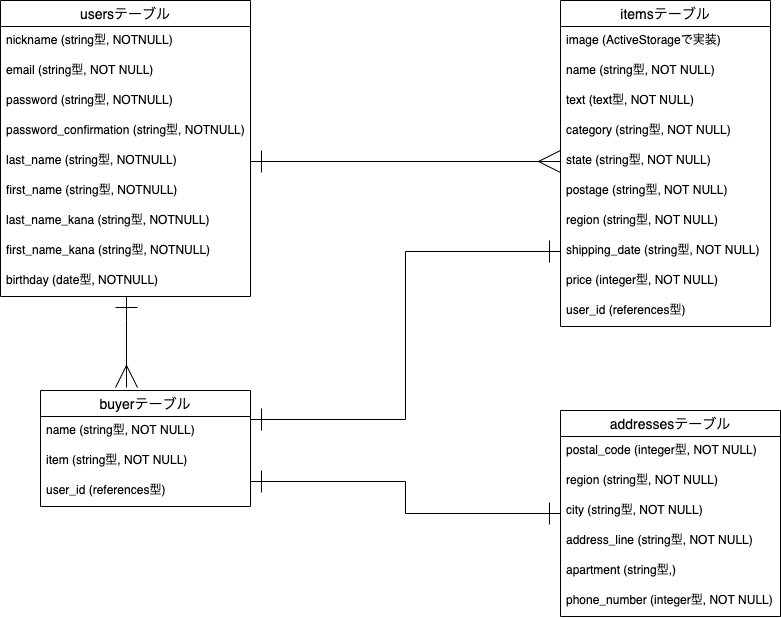
Above: .drawio.png in ginpen1/furima-34780 (draw.io), before the change. Source tidied: cells renumbered, new cells last; positions are measured from the earlier drawing's top-left corner, leaving out a move shared by most shapes.
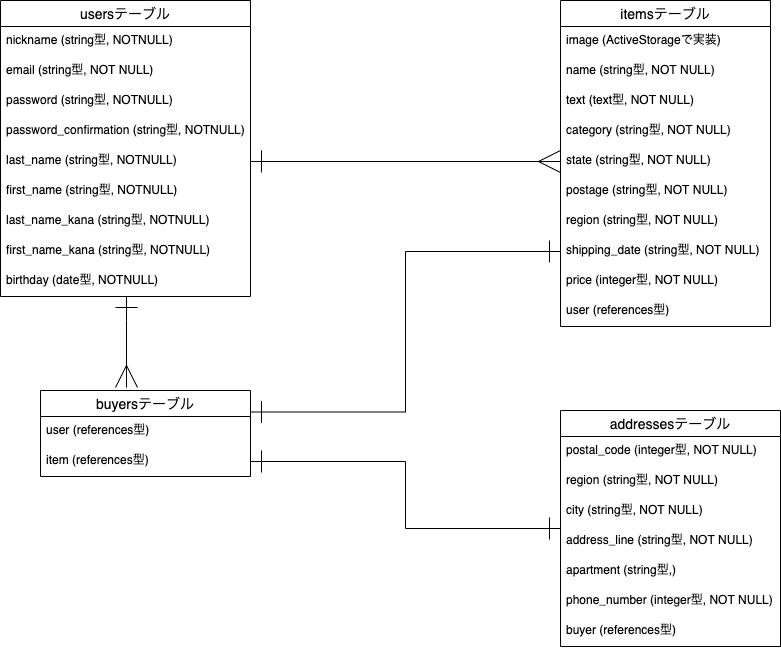
Above is the later version.

What changed in the source:
```diff
@@ -71,28 +71,23 @@
     <mxCell id="22" value="price (integer型, NOT NULL)" style="text;strokeColor=none;fillColor=none;spacingLeft=4;spacingRight=4;overflow=hidden;fontSize=12;" parent="13" vertex="1">
       <mxGeometry y="266" width="210" height="30" as="geometry" />
     </mxCell>
-    <mxCell id="23" value="user_id (references型)" style="text;strokeColor=none;fillColor=none;spacingLeft=4;spacingRight=4;overflow=hidden;fontSize=12;" parent="13" vertex="1">
+    <mxCell id="23" value="user (references型)" style="text;strokeColor=none;fillColor=none;spacingLeft=4;spacingRight=4;overflow=hidden;fontSize=12;" parent="13" vertex="1">
       <mxGeometry y="296" width="210" height="30" as="geometry" />
     </mxCell>
-    <mxCell id="24" value="buyerテーブル" style="swimlane;fontStyle=0;horizontal=1;startSize=26;align=center;fontSize=14;" parent="1" vertex="1">
-      <mxGeometry x="40" y="390" width="210" height="116" as="geometry" />
+    <mxCell id="24" value="buyersテーブル" style="swimlane;fontStyle=0;horizontal=1;startSize=26;align=center;fontSize=14;" parent="1" vertex="1">
+      <mxGeometry x="40" y="390" width="210" height="86" as="geometry" />
     </mxCell>
-    <mxCell id="25" value="name (string型, NOT NULL)" style="text;strokeColor=none;fillColor=none;spacingLeft=4;spacingRight=4;overflow=hidden;fontSize=12;" parent="24" vertex="1">
-      <mxGeometry y="26" width="210" height="30" as="geometry" />
-    </mxCell>
-    <mxCell id="26" value="item (string型, NOT NULL)" style="text;strokeColor=none;fillColor=none;spacingLeft=4;spacingRight=4;overflow=hidden;fontSize=12;" parent="24" vertex="1">
-      <mxGeometry y="56" width="210" height="30" as="geometry" />
-    </mxCell>
+    <mxCell id="38" value="user (references型)" style="text;strokeColor=none;fillColor=none;spacingLeft=4;spacingRight=4;overflow=hidden;fontSize=12;" parent="24" vertex="1">
+      <mxGeometry y="26" width="210" height="30" as="geometry" />
+    </mxCell>
-    <mxCell id="27" value="user_id (references型)" style="text;strokeColor=none;fillColor=none;spacingLeft=4;spacingRight=4;overflow=hidden;points=[[0,0.5],[1,0.5]];portConstraint=eastwest;fontSize=12;" parent="24" vertex="1">
-      <mxGeometry y="86" width="210" height="30" as="geometry" />
+    <mxCell id="27" value="item (references型)" style="text;strokeColor=none;fillColor=none;spacingLeft=4;spacingRight=4;overflow=hidden;points=[[0,0.5],[1,0.5]];portConstraint=eastwest;fontSize=12;" parent="24" vertex="1">
+      <mxGeometry y="56" width="210" height="30" as="geometry" />
     </mxCell>
-    <mxCell id="28" style="edgeStyle=orthogonalEdgeStyle;rounded=0;jettySize=auto;html=1;startArrow=ERone;startFill=0;startSize=20;endArrow=ERone;endFill=0;endSize=20;" parent="1" edge="1" source="29">
-      <mxGeometry relative="1" as="geometry">
-        <mxPoint x="250" y="481" as="targetPoint" />
-      </mxGeometry>
+    <mxCell id="28" style="edgeStyle=orthogonalEdgeStyle;rounded=0;jettySize=auto;html=1;startArrow=ERone;startFill=0;startSize=20;endArrow=ERone;endFill=0;endSize=20;entryX=1;entryY=0.5;entryDx=0;entryDy=0;" parent="1" edge="1" source="29" target="27">
+      <mxGeometry relative="1" as="geometry" />
     </mxCell>
     <mxCell id="29" value="addressesテーブル" style="swimlane;fontStyle=0;horizontal=1;startSize=26;align=center;fontSize=14;" parent="1" vertex="1">
-      <mxGeometry x="560" y="410" width="220" height="206" as="geometry" />
+      <mxGeometry x="560" y="410" width="220" height="236" as="geometry" />
     </mxCell>
     <mxCell id="30" value="postal_code (integer型, NOT NULL)" style="text;strokeColor=none;fillColor=none;spacingLeft=4;spacingRight=4;overflow=hidden;fontSize=12;" parent="29" vertex="1">
       <mxGeometry y="26" width="220" height="30" as="geometry" />
@@ -109,8 +104,11 @@
     <mxCell id="34" value="apartment (string型,)" style="text;strokeColor=none;fillColor=none;spacingLeft=4;spacingRight=4;overflow=hidden;fontSize=12;" parent="29" vertex="1">
       <mxGeometry y="146" width="220" height="30" as="geometry" />
     </mxCell>
+    <mxCell id="39" value="phone_number (integer型, NOT NULL)" style="text;strokeColor=none;fillColor=none;spacingLeft=4;spacingRight=4;overflow=hidden;fontSize=12;" parent="29" vertex="1">
+      <mxGeometry y="176" width="220" height="30" as="geometry" />
+    </mxCell>
-    <mxCell id="35" value="phone_number (integer型, NOT NULL)" style="text;strokeColor=none;fillColor=none;spacingLeft=4;spacingRight=4;overflow=hidden;fontSize=12;" parent="29" vertex="1">
-      <mxGeometry y="176" width="220" height="30" as="geometry" />
+    <mxCell id="35" value="buyer (references型)" style="text;strokeColor=none;fillColor=none;spacingLeft=4;spacingRight=4;overflow=hidden;fontSize=12;" parent="29" vertex="1">
+      <mxGeometry y="206" width="220" height="30" as="geometry" />
     </mxCell>
     <mxCell id="36" style="edgeStyle=orthogonalEdgeStyle;rounded=0;jettySize=auto;html=1;exitX=1;exitY=0.5;exitDx=0;exitDy=0;entryX=0;entryY=0.5;entryDx=0;entryDy=0;endArrow=ERmany;endFill=0;startArrow=ERone;startFill=0;endSize=20;startSize=20;" parent="1" edge="1" source="8" target="18">
       <mxGeometry relative="1" as="geometry" />
```
